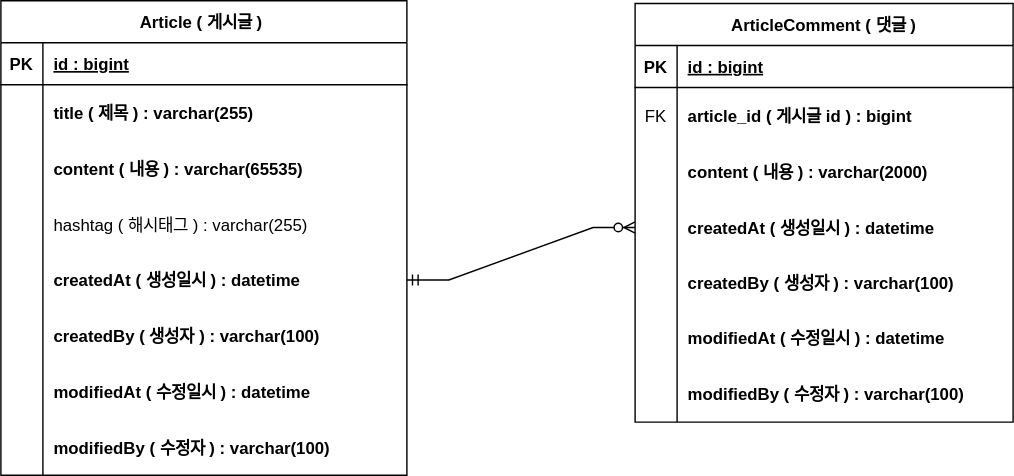
Above: document/project-board-erd.svg in TwOneZero/Spring_board_project (draw.io), before the change. Source tidied: cells renumbered, new cells last; positions are measured from the earlier drawing's top-left corner, leaving out a move shared by most shapes.
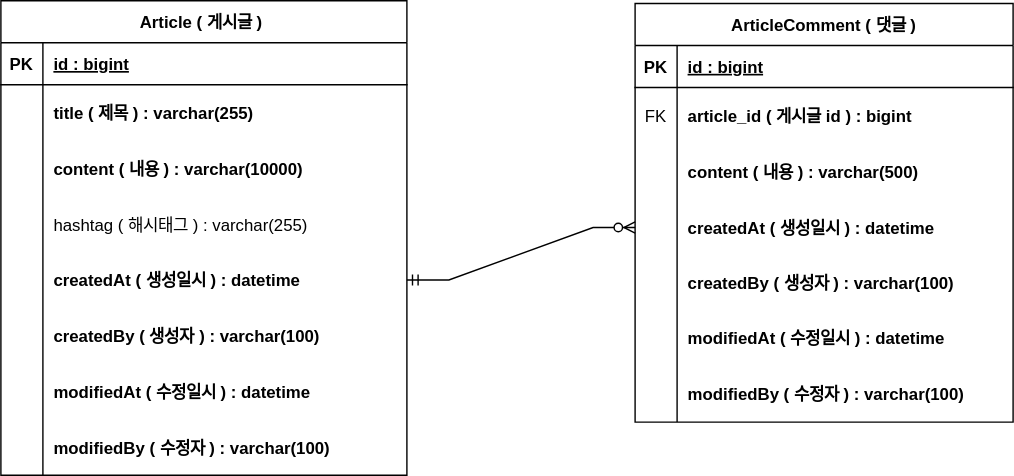
After the commit.

Commit message:
#10 - erd 업데이트: content size 변경

What changed in the source:
```diff
@@ -29,7 +29,7 @@
     <mxCell id="10" style="shape=partialRectangle;overflow=hidden;fillColor=none;top=0;left=0;bottom=0;right=0;" parent="9" vertex="1">
       <mxGeometry width="30" height="40" as="geometry" />
     </mxCell>
-    <mxCell id="11" value="content ( 내용 ) : varchar(65535)" style="shape=partialRectangle;overflow=hidden;fillColor=none;top=0;left=0;bottom=0;right=0;align=left;spacingLeft=6;fontStyle=1;" parent="9" vertex="1">
+    <mxCell id="11" value="content ( 내용 ) : varchar(10000)" style="shape=partialRectangle;overflow=hidden;fillColor=none;top=0;left=0;bottom=0;right=0;align=left;spacingLeft=6;fontStyle=1;" parent="9" vertex="1">
       <mxGeometry x="30" width="260" height="40" as="geometry" />
     </mxCell>
     <mxCell id="12" style="shape=partialRectangle;fillColor=none;top=0;left=0;right=0;bottom=0;" parent="2" vertex="1">
@@ -104,7 +104,7 @@
     <mxCell id="35" style="shape=partialRectangle;overflow=hidden;fillColor=none;top=0;left=0;bottom=0;right=0;" parent="34" vertex="1">
       <mxGeometry width="30" height="40" as="geometry" />
     </mxCell>
-    <mxCell id="36" value="content ( 내용 ) : varchar(2000)" style="shape=partialRectangle;overflow=hidden;fillColor=none;top=0;left=0;bottom=0;right=0;align=left;spacingLeft=6;fontStyle=1;" parent="34" vertex="1">
+    <mxCell id="36" value="content ( 내용 ) : varchar(500)" style="shape=partialRectangle;overflow=hidden;fillColor=none;top=0;left=0;bottom=0;right=0;align=left;spacingLeft=6;fontStyle=1;" parent="34" vertex="1">
       <mxGeometry x="30" width="240" height="40" as="geometry" />
     </mxCell>
     <mxCell id="37" style="shape=partialRectangle;fillColor=none;points=[[0,0.5],[1,0.5]];portConstraint=eastwest;top=0;left=0;right=0;bottom=0;" parent="27" vertex="1">
```
